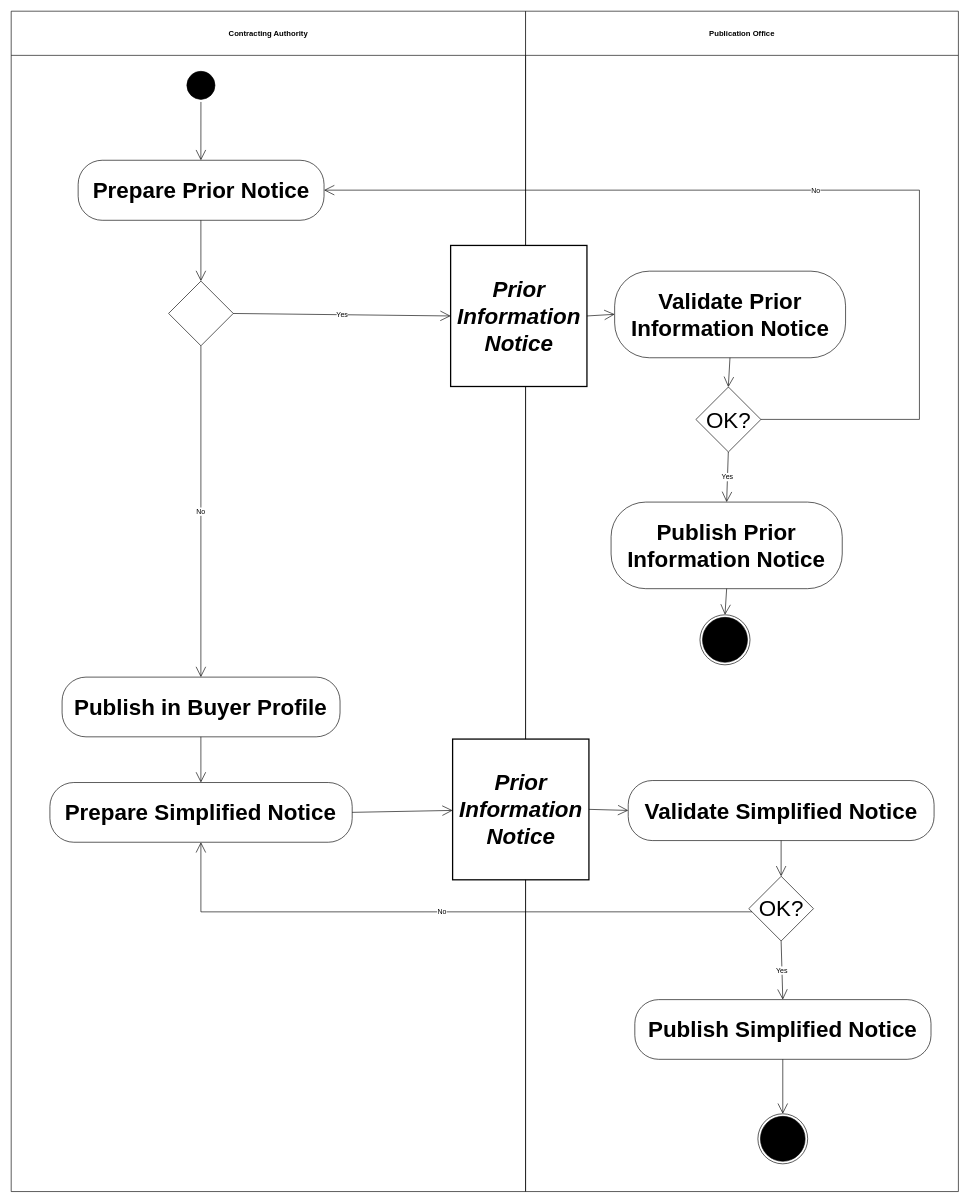
The draw.io diagram diagrams/UBL-2.2-Tender-ContractInfoPrep/UBL-2.2-Tender-ContractInfoPrep.drawio in kduvekot/ubl-work-on-svg-images, before the edit. Source tidied: cells renumbered, new cells numbered last; positions are measured from the earlier drawing's top-left corner, leaving out a move shared by most shapes. Both pictures are drawn from the tidied source at 64%, with x=0, y=0 at pixel (11, 11).
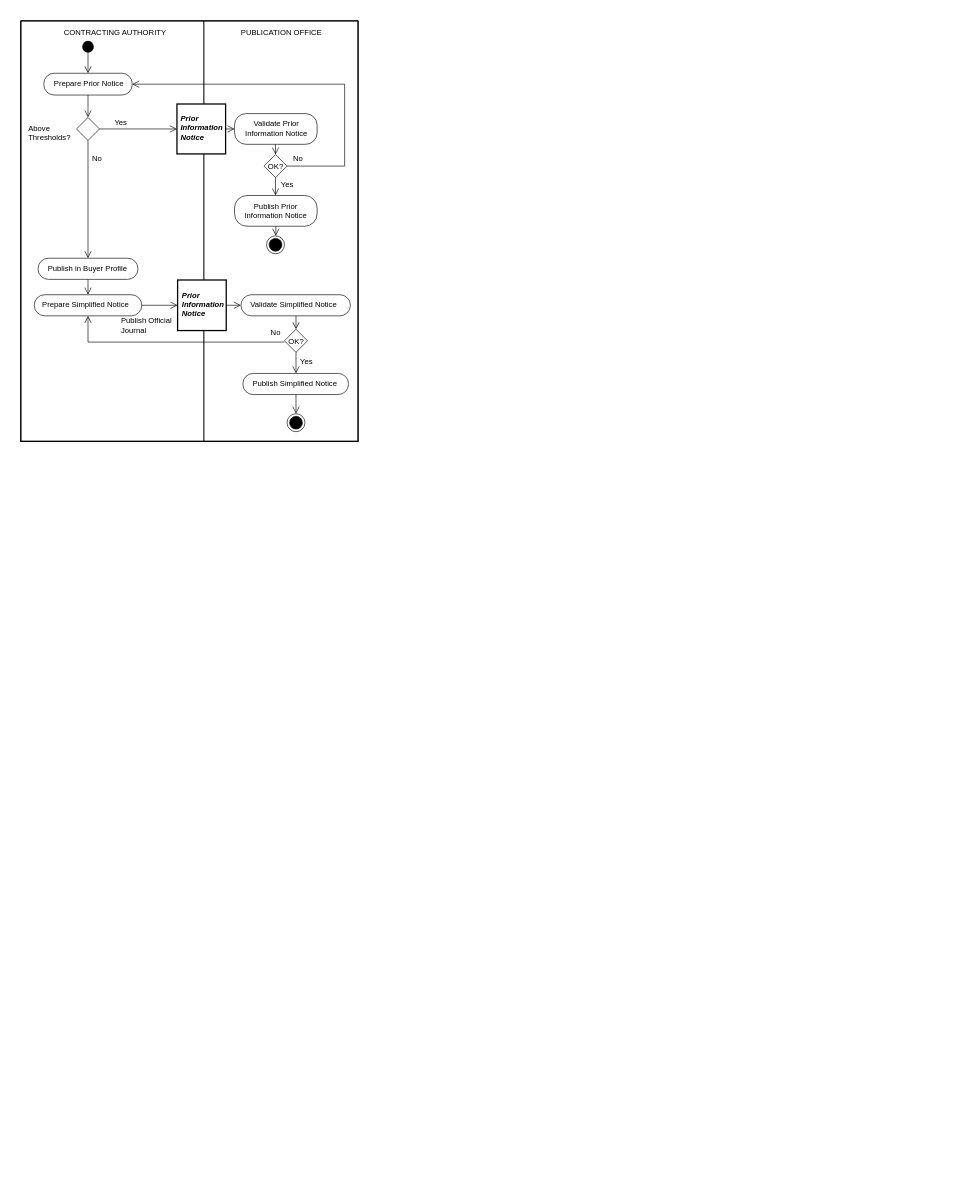
The same diagram, later.

Diff of the diagram source:
```diff
@@
+    <mxCell id="35" style="swimlane;html=1;startSize=0;whiteSpace=wrap;fillColor=none;strokeWidth=2;" parent="1" vertex="1">
+      <mxGeometry x="15" y="15" width="527" height="657" as="geometry" />
+    </mxCell>
-    <mxCell id="2" value="Contracting Authority" style="swimlane;whiteSpace=wrap;html=1;startSize=69;" parent="1" vertex="1">
-      <mxGeometry width="803.7" height="1844.3" as="geometry" />
+    <mxCell id="2" value="CONTRACTING AUTHORITY" style="swimlane;horizontal=1;startSize=35;swimlaneLine=0;html=1;fillColor=none;fontSize=12;fontStyle=0;spacing=0;spacingLeft=8;" parent="35" vertex="1">
+      <mxGeometry width="286" height="657" as="geometry" />
     </mxCell>
-    <mxCell id="3" value="Publication Office" style="swimlane;whiteSpace=wrap;html=1;startSize=69;" parent="1" vertex="1">
-      <mxGeometry x="803.7" width="676.3" height="1844.3" as="geometry" />
+    <mxCell id="3" value="PUBLICATION OFFICE" style="swimlane;horizontal=1;startSize=35;swimlaneLine=0;html=1;fillColor=none;fontSize=12;fontStyle=0;spacing=0;" parent="35" vertex="1">
+      <mxGeometry x="286" width="241" height="657" as="geometry" />
     </mxCell>
-    <mxCell id="4" style="ellipse;html=1;shape=startState;fillColor=#000000;strokeColor=#000000;fontFamily=Helvetica;fontSize=35;" parent="1" vertex="1">
-      <mxGeometry x="270.5" y="89.9" width="51.9" height="51.9" as="geometry" />
+    <mxCell id="4" style="ellipse;shape=startState;fillColor=#000000;strokeColor=none;html=1;" parent="2" vertex="1">
+      <mxGeometry x="92" y="27" width="26" height="27" as="geometry" />
     </mxCell>
-    <mxCell id="5" value="Prepare Prior Notice" style="rounded=1;arcSize=40;whiteSpace=wrap;html=1;fontStyle=1;fontFamily=Helvetica;fontSize=35;" parent="1" vertex="1">
-      <mxGeometry x="104.6" y="232.9" width="384.2" height="93.8" as="geometry" />
+    <mxCell id="5" value="Prepare Prior Notice" style="rounded=1;absoluteArcSize=1;arcSize=32;html=1;whiteSpace=nowrap;fontSize=12;fontStyle=0;align=center;verticalAlign=middle;spacing=0;spacingLeft=2;spacingBottom=1;" parent="2" vertex="1">
+      <mxGeometry x="36" y="82" width="138" height="34" as="geometry" />
     </mxCell>
-    <mxCell id="6" value="Prior Information Notice" style="rounded=0;whiteSpace=wrap;html=1;fontStyle=3;strokeWidth=2;fontFamily=Helvetica;fontSize=35;" parent="1" vertex="1">
-      <mxGeometry x="686.6" y="366" width="213" height="220.4" as="geometry" />
+    <mxCell id="6" value="Prior&lt;br&gt;Information&lt;br&gt;Notice" style="rounded=0;html=1;whiteSpace=nowrap;fontSize=12;fontStyle=3;align=left;verticalAlign=middle;spacing=0;spacingLeft=6;spacingBottom=5;strokeWidth=2;" parent="3" vertex="1">
+      <mxGeometry x="-42" y="130" width="76" height="78" as="geometry" />
     </mxCell>
-    <mxCell id="7" value="Validate Prior Information Notice" style="rounded=1;arcSize=40;whiteSpace=wrap;html=1;fontStyle=1;fontFamily=Helvetica;fontSize=35;" parent="1" vertex="1">
-      <mxGeometry x="942.9" y="406.2" width="360.8" height="135.3" as="geometry" />
+    <mxCell id="7" value="Validate Prior&lt;br&gt;Information Notice" style="rounded=1;absoluteArcSize=1;arcSize=36;html=1;whiteSpace=nowrap;fontSize=12;fontStyle=0;align=center;verticalAlign=middle;spacing=0;spacingBottom=2;" parent="3" vertex="1">
+      <mxGeometry x="48" y="145" width="129" height="48" as="geometry" />
     </mxCell>
-    <mxCell id="8" style="rhombus;whiteSpace=wrap;html=1;fontFamily=Helvetica;fontSize=35;" parent="1" vertex="1">
-      <mxGeometry x="245.9" y="421.7" width="101.1" height="101.1" as="geometry" />
+    <mxCell id="8" value="Above&lt;br&gt;Thresholds?" style="rhombus;html=1;whiteSpace=nowrap;fontSize=12;fontStyle=0;align=left;verticalAlign=middle;spacing=0;spacingLeft=-75;spacingTop=11;" parent="2" vertex="1">
+      <mxGeometry x="87" y="151" width="36" height="36" as="geometry" />
     </mxCell>
-    <mxCell id="9" value="OK?" style="rhombus;whiteSpace=wrap;html=1;fontFamily=Helvetica;fontSize=35;" parent="1" vertex="1">
-      <mxGeometry x="1069.9" y="587.2" width="101.5" height="101.5" as="geometry" />
+    <mxCell id="9" value="OK?" style="rhombus;html=1;whiteSpace=nowrap;fontSize=12;fontStyle=0;align=center;verticalAlign=middle;spacing=0;spacingTop=2;" parent="3" vertex="1">
+      <mxGeometry x="94" y="209" width="36" height="36" as="geometry" />
     </mxCell>
-    <mxCell id="10" value="Publish Prior Information Notice" style="rounded=1;arcSize=40;whiteSpace=wrap;html=1;fontStyle=1;fontFamily=Helvetica;fontSize=35;" parent="1" vertex="1">
-      <mxGeometry x="937.3" y="767" width="361.2" height="135.3" as="geometry" />
+    <mxCell id="10" value="Publish Prior&lt;br&gt;Information Notice" style="rounded=1;absoluteArcSize=1;arcSize=39;html=1;whiteSpace=nowrap;fontSize=12;fontStyle=0;align=center;verticalAlign=middle;spacing=0;spacingRight=2;spacingBottom=1;" parent="3" vertex="1">
+      <mxGeometry x="48" y="273" width="129" height="48" as="geometry" />
     </mxCell>
-    <mxCell id="11" style="ellipse;html=1;shape=endState;fillColor=#000000;strokeColor=#000000;fontFamily=Helvetica;fontSize=35;" parent="1" vertex="1">
-      <mxGeometry x="1076.2" y="943.1" width="78.2" height="78.2" as="geometry" />
+    <mxCell id="11" style="ellipse;shape=endState;fillColor=#000000;html=1;" parent="3" vertex="1">
+      <mxGeometry x="98" y="336" width="28" height="28" as="geometry" />
     </mxCell>
-    <mxCell id="12" value="Publish in Buyer Profile" style="rounded=1;arcSize=40;whiteSpace=wrap;html=1;fontStyle=1;fontFamily=Helvetica;fontSize=35;" parent="1" vertex="1">
-      <mxGeometry x="79.5" y="1040.5" width="434.3" height="93.3" as="geometry" />
+    <mxCell id="12" value="Publish in Buyer Profile" style="rounded=1;absoluteArcSize=1;arcSize=32;html=1;whiteSpace=nowrap;fontSize=12;fontStyle=0;align=center;verticalAlign=middle;spacing=0;spacingRight=2;spacingBottom=1;" parent="2" vertex="1">
+      <mxGeometry x="27" y="371" width="156" height="33" as="geometry" />
     </mxCell>
-    <mxCell id="13" value="Prior Information Notice" style="rounded=0;whiteSpace=wrap;html=1;fontStyle=3;strokeWidth=2;fontFamily=Helvetica;fontSize=35;" parent="1" vertex="1">
-      <mxGeometry x="689.7" y="1137.3" width="213" height="219.9" as="geometry" />
+    <mxCell id="13" value="Prior&lt;br&gt;Information&lt;br&gt;Notice" style="rounded=0;html=1;whiteSpace=nowrap;fontSize=12;fontStyle=3;align=left;verticalAlign=middle;spacing=0;spacingLeft=7;spacingBottom=4;strokeWidth=2;" parent="3" vertex="1">
+      <mxGeometry x="-41" y="405" width="76" height="79" as="geometry" />
     </mxCell>
-    <mxCell id="14" value="Validate Simplified Notice" style="rounded=1;arcSize=40;whiteSpace=wrap;html=1;fontStyle=1;fontFamily=Helvetica;fontSize=35;" parent="1" vertex="1">
-      <mxGeometry x="964.1" y="1202.1" width="477.9" height="93.8" as="geometry" />
+    <mxCell id="14" value="Validate Simplified Notice" style="rounded=1;absoluteArcSize=1;arcSize=33;html=1;whiteSpace=nowrap;fontSize=12;fontStyle=0;align=center;verticalAlign=middle;spacing=0;spacingRight=7;spacingBottom=1;" parent="3" vertex="1">
+      <mxGeometry x="58" y="428" width="171" height="33" as="geometry" />
     </mxCell>
-    <mxCell id="15" value="Prepare Simplified Notice" style="rounded=1;arcSize=40;whiteSpace=wrap;html=1;fontStyle=1;fontFamily=Helvetica;fontSize=35;" parent="1" vertex="1">
-      <mxGeometry x="60.5" y="1205.2" width="472.3" height="93.3" as="geometry" />
+    <mxCell id="15" value="Prepare Simplified Notice" style="rounded=1;absoluteArcSize=1;arcSize=33;html=1;whiteSpace=nowrap;fontSize=12;fontStyle=0;align=center;verticalAlign=middle;spacing=0;spacingRight=8;spacingBottom=1;" parent="2" vertex="1">
+      <mxGeometry x="21" y="428" width="168" height="33" as="geometry" />
     </mxCell>
-    <mxCell id="16" value="OK?" style="rhombus;whiteSpace=wrap;html=1;fontFamily=Helvetica;fontSize=35;" parent="1" vertex="1">
-      <mxGeometry x="1152.5" y="1351.7" width="101.1" height="101.1" as="geometry" />
+    <mxCell id="16" value="OK?" style="rhombus;html=1;whiteSpace=nowrap;fontSize=12;fontStyle=0;align=center;verticalAlign=middle;spacing=0;spacingTop=2;" parent="3" vertex="1">
+      <mxGeometry x="126" y="482" width="36" height="36" as="geometry" />
     </mxCell>
-    <mxCell id="17" value="Publish Simplified Notice" style="rounded=1;arcSize=40;whiteSpace=wrap;html=1;fontStyle=1;fontFamily=Helvetica;fontSize=35;" parent="1" vertex="1">
-      <mxGeometry x="974.4" y="1544.4" width="462.8" height="93.3" as="geometry" />
+    <mxCell id="17" value="Publish Simplified Notice" style="rounded=1;absoluteArcSize=1;arcSize=32;html=1;whiteSpace=nowrap;fontSize=12;fontStyle=0;align=center;verticalAlign=middle;spacing=0;spacingRight=4;spacingBottom=2;" parent="3" vertex="1">
+      <mxGeometry x="61" y="551" width="165" height="33" as="geometry" />
     </mxCell>
-    <mxCell id="18" style="ellipse;html=1;shape=endState;fillColor=#000000;strokeColor=#000000;fontFamily=Helvetica;fontSize=35;" parent="1" vertex="1">
-      <mxGeometry x="1166.7" y="1722.8" width="77.8" height="78.2" as="geometry" />
+    <mxCell id="18" style="ellipse;shape=endState;fillColor=#000000;html=1;" parent="3" vertex="1">
+      <mxGeometry x="130" y="614" width="28" height="28" as="geometry" />
     </mxCell>
-    <mxCell id="19" style="edgeStyle=none;rounded=0;html=1;endArrow=open;endFill=0;endSize=14;exitX=0.499;exitY=1.0;entryX=0.4992;entryY=0.0;" parent="1" edge="1" source="4" target="5">
+    <mxCell id="19" style="edgeStyle=none;rounded=0;html=1;endArrow=open;endFill=0;endSize=9;exitPerimeter=0;entryX=0.5;entryY=0;entryPerimeter=0;exitX=0.5;exitY=0.8491;" parent="2" edge="1" source="4" target="5">
       <mxGeometry relative="1" as="geometry" />
     </mxCell>
-    <mxCell id="20" value="No" style="edgeStyle=orthogonalEdgeStyle;rounded=0;html=1;endArrow=open;endFill=0;endSize=14;exitX=1.0;exitY=0.4985;entryX=1.0;entryY=0.4979;" parent="1" edge="1" source="9" target="5">
-      <mxGeometry relative="1" as="geometry">
+    <mxCell id="20" value="No" style="edgeStyle=orthogonalEdgeStyle;rounded=0;html=1;endArrow=open;endFill=0;endSize=9;exitPerimeter=0;entryPerimeter=0;fontSize=12;fontStyle=0;align=center;verticalAlign=middle;labelBackgroundColor=none;exitX=1;exitY=0.5;entryX=1;entryY=0.5;" parent="35" edge="1" source="9" target="5">
+      <mxGeometry x="-0.94" relative="1" as="geometry">
         <Array as="points">
-          <mxPoint x="1419.1" y="637.8" />
-          <mxPoint x="1419.1" y="279.6" />
+          <mxPoint x="506" y="227" />
+          <mxPoint x="506" y="99" />
         </Array>
+        <mxPoint y="-11" as="offset" />
       </mxGeometry>
     </mxCell>
-    <mxCell id="21" style="edgeStyle=none;rounded=0;html=1;endArrow=open;endFill=0;endSize=14;exitX=0.4992;exitY=1.0;entryX=0.4995;entryY=0.0;" parent="1" edge="1" source="5" target="8">
+    <mxCell id="21" style="edgeStyle=none;rounded=0;html=1;endArrow=open;endFill=0;endSize=9;exitX=0.5;exitY=1;exitPerimeter=0;entryX=0.5;entryY=0;entryPerimeter=0;" parent="2" edge="1" source="5" target="8">
       <mxGeometry relative="1" as="geometry" />
     </mxCell>
-    <mxCell id="22" style="edgeStyle=none;rounded=0;html=1;endArrow=open;endFill=0;endSize=14;exitX=1.0;exitY=0.5;entryX=0.0;entryY=0.4982;" parent="1" edge="1" source="6" target="7">
+    <mxCell id="22" style="edgeStyle=none;rounded=0;html=1;endArrow=open;endFill=0;endSize=9;exitX=1;exitY=0.5;exitPerimeter=0;entryX=0;entryY=0.5;entryPerimeter=0;" parent="3" edge="1" source="6" target="7">
       <mxGeometry relative="1" as="geometry" />
     </mxCell>
-    <mxCell id="23" value="Yes" style="edgeStyle=none;rounded=0;html=1;endArrow=open;endFill=0;endSize=14;exitX=1.0;exitY=0.5005;entryX=0.0;entryY=0.5;" parent="1" edge="1" source="8" target="6">
-      <mxGeometry relative="1" as="geometry" />
+    <mxCell id="23" value="Yes" style="edgeStyle=none;rounded=0;html=1;endArrow=open;endFill=0;endSize=9;exitX=1;exitY=0.5;exitPerimeter=0;entryX=0;entryY=0.5;entryPerimeter=0;fontSize=12;fontStyle=0;align=center;verticalAlign=middle;labelBackgroundColor=none;" parent="35" edge="1" source="8" target="6">
+      <mxGeometry x="-0.45" relative="1" as="geometry">
+        <mxPoint y="-10" as="offset" />
+      </mxGeometry>
     </mxCell>
-    <mxCell id="24" value="No" style="edgeStyle=none;rounded=0;html=1;endArrow=open;endFill=0;endSize=14;exitX=0.4995;exitY=1.0;entryX=0.4994;entryY=0.0;" parent="1" edge="1" source="8" target="12">
-      <mxGeometry relative="1" as="geometry" />
+    <mxCell id="24" value="No" style="edgeStyle=none;rounded=0;html=1;endArrow=open;endFill=0;endSize=9;exitX=0.5;exitY=1;exitPerimeter=0;entryX=0.5;entryY=0;entryPerimeter=0;fontSize=12;fontStyle=0;align=center;verticalAlign=middle;labelBackgroundColor=none;" parent="2" edge="1" source="8" target="12">
+      <mxGeometry x="-0.69" relative="1" as="geometry">
+        <mxPoint x="14" as="offset" />
+      </mxGeometry>
     </mxCell>
-    <mxCell id="25" style="edgeStyle=none;rounded=0;html=1;endArrow=open;endFill=0;endSize=14;exitX=0.4994;exitY=1.0;entryX=0.4985;entryY=0.0;" parent="1" edge="1" source="7" target="9">
+    <mxCell id="25" style="edgeStyle=none;rounded=0;html=1;endArrow=open;endFill=0;endSize=9;exitPerimeter=0;entryX=0.5;entryY=0;entryPerimeter=0;exitX=0.496124;exitY=1;" parent="3" edge="1" source="7" target="9">
       <mxGeometry relative="1" as="geometry" />
     </mxCell>
-    <mxCell id="26" value="Yes" style="edgeStyle=none;rounded=0;html=1;endArrow=open;endFill=0;endSize=14;exitX=0.4985;exitY=1.0;entryX=0.5;entryY=0.0;" parent="1" edge="1" source="9" target="10">
-      <mxGeometry relative="1" as="geometry" />
+    <mxCell id="26" value="Yes" style="edgeStyle=none;rounded=0;html=1;endArrow=open;endFill=0;endSize=9;exitX=0.5;exitY=1;exitPerimeter=0;entryPerimeter=0;fontSize=12;fontStyle=0;align=center;verticalAlign=middle;labelBackgroundColor=none;entryX=0.496124;entryY=0;" parent="3" edge="1" source="9" target="10">
+      <mxGeometry x="-0.26" relative="1" as="geometry">
+        <mxPoint x="18" y="1" as="offset" />
+      </mxGeometry>
     </mxCell>
-    <mxCell id="27" style="edgeStyle=none;rounded=0;html=1;endArrow=open;endFill=0;endSize=14;exitX=0.5;exitY=1.0;entryX=0.5;entryY=0.0;" parent="1" edge="1" source="10" target="11">
+    <mxCell id="27" style="edgeStyle=none;rounded=0;html=1;endArrow=open;endFill=0;endSize=9;exitX=0.5;exitY=1;exitPerimeter=0;entryPerimeter=0;entryX=0.517857;entryY=0;" parent="3" edge="1" source="10" target="11">
       <mxGeometry relative="1" as="geometry" />
     </mxCell>
-    <mxCell id="28" style="edgeStyle=none;rounded=0;html=1;endArrow=open;endFill=0;endSize=14;exitX=0.4994;exitY=1.0;entryX=0.4995;entryY=0.0;" parent="1" edge="1" source="12" target="15">
+    <mxCell id="28" style="edgeStyle=none;rounded=0;html=1;endArrow=open;endFill=0;endSize=9;exitX=0.5;exitY=1;exitPerimeter=0;entryX=0.5;entryY=0;entryPerimeter=0;" parent="2" edge="1" source="12" target="15">
       <mxGeometry relative="1" as="geometry" />
     </mxCell>
-    <mxCell id="29" style="edgeStyle=none;rounded=0;html=1;endArrow=open;endFill=0;endSize=14;exitX=1.0;exitY=0.4993;entryX=0.0;entryY=0.4979;" parent="1" edge="1" source="13" target="14">
+    <mxCell id="29" style="edgeStyle=none;rounded=0;html=1;endArrow=open;endFill=0;endSize=9;exitX=1;exitY=0.5;exitPerimeter=0;entryX=0;entryY=0.5;entryPerimeter=0;" parent="3" edge="1" source="13" target="14">
       <mxGeometry relative="1" as="geometry" />
     </mxCell>
-    <mxCell id="30" style="edgeStyle=none;rounded=0;html=1;endArrow=open;endFill=0;endSize=14;exitX=1.0;exitY=0.4995;entryX=0.0;entryY=0.507;" parent="1" edge="1" source="15" target="13">
-      <mxGeometry relative="1" as="geometry" />
+    <mxCell id="30" value="Publish Official&lt;br&gt;Journal" style="edgeStyle=none;rounded=0;html=1;endArrow=open;endFill=0;endSize=9;exitX=1;exitY=0.5;exitPerimeter=0;entryX=0;entryY=0.5;entryPerimeter=0;fontSize=12;fontStyle=0;align=left;verticalAlign=middle;labelBackgroundColor=none;" parent="35" edge="1" source="15" target="13">
+      <mxGeometry x="-1" relative="1" as="geometry">
+        <mxPoint x="-34" y="31" as="offset" />
+      </mxGeometry>
     </mxCell>
-    <mxCell id="31" style="edgeStyle=none;rounded=0;html=1;endArrow=open;endFill=0;endSize=14;exitX=0.4999;exitY=1.0;entryX=0.4995;entryY=0.0;" parent="1" edge="1" source="14" target="16">
+    <mxCell id="31" style="edgeStyle=none;rounded=0;html=1;endArrow=open;endFill=0;endSize=9;exitPerimeter=0;entryX=0.5;entryY=0;entryPerimeter=0;exitX=0.502924;exitY=1;" parent="3" edge="1" source="14" target="16">
       <mxGeometry relative="1" as="geometry" />
     </mxCell>
-    <mxCell id="32" value="No" style="edgeStyle=orthogonalEdgeStyle;rounded=0;html=1;endArrow=open;endFill=0;endSize=14;exitX=0.0;exitY=0.5549;entryX=0.4995;entryY=1.0;" parent="1" edge="1" source="16" target="15">
-      <mxGeometry relative="1" as="geometry">
+    <mxCell id="32" value="No" style="edgeStyle=orthogonalEdgeStyle;rounded=0;html=1;endArrow=open;endFill=0;endSize=9;exitPerimeter=0;entryPerimeter=0;fontSize=12;fontStyle=0;align=center;verticalAlign=middle;labelBackgroundColor=none;exitX=0;exitY=0.555556;entryX=0.5;entryY=1;" parent="35" edge="1" source="16" target="15">
+      <mxGeometry x="-0.92" relative="1" as="geometry">
         <Array as="points">
-          <mxPoint x="296.4" y="1407.8" />
+          <mxPoint x="105" y="502" />
         </Array>
+        <mxPoint y="-14" as="offset" />
       </mxGeometry>
     </mxCell>
-    <mxCell id="33" value="Yes" style="edgeStyle=none;rounded=0;html=1;endArrow=open;endFill=0;endSize=14;exitX=0.4995;exitY=1.0;entryX=0.4996;entryY=0.0;" parent="1" edge="1" source="16" target="17">
-      <mxGeometry relative="1" as="geometry" />
+    <mxCell id="33" value="Yes" style="edgeStyle=none;rounded=0;html=1;endArrow=open;endFill=0;endSize=9;exitX=0.5;exitY=1;exitPerimeter=0;entryPerimeter=0;fontSize=12;fontStyle=0;align=center;verticalAlign=middle;labelBackgroundColor=none;entryX=0.50303;entryY=0;" parent="3" edge="1" source="16" target="17">
+      <mxGeometry x="-0.17" relative="1" as="geometry">
+        <mxPoint x="16" as="offset" />
+      </mxGeometry>
     </mxCell>
-    <mxCell id="34" style="edgeStyle=none;rounded=0;html=1;endArrow=open;endFill=0;endSize=14;exitX=0.4996;exitY=1.0;entryX=0.5;entryY=0.0;" parent="1" edge="1" source="17" target="18">
+    <mxCell id="34" style="edgeStyle=none;rounded=0;html=1;endArrow=open;endFill=0;endSize=9;exitPerimeter=0;entryX=0.5;entryY=0;entryPerimeter=0;exitX=0.50303;exitY=1;" parent="3" edge="1" source="17" target="18">
       <mxGeometry relative="1" as="geometry" />
     </mxCell>
```
